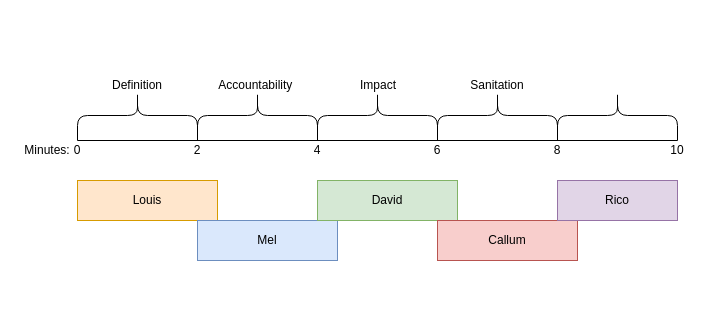
This is Timeline.drawio from CallumGilly/drawioFiles, a draw.io file, before an edit. Source tidied: cells renumbered, new cells numbered last; positions are measured from the earlier drawing's top-left corner, leaving out a move shared by most shapes. Both pictures are drawn from the tidied source at 100%, with x=0, y=0 at pixel (17, 70).
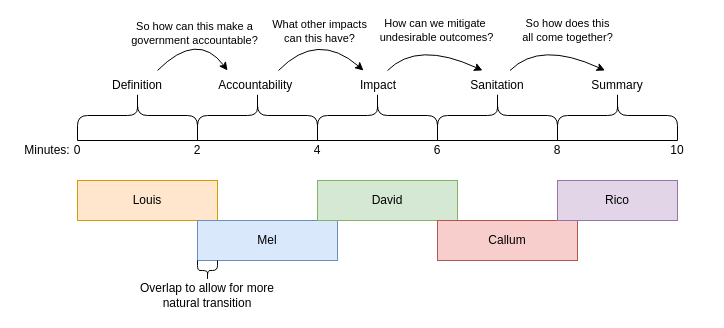
After the change.

Unchanged cells that the change refers to:
```xml
<mxCell id="4" value="Definition" style="text;html=1;strokeColor=none;fillColor=none;align=center;verticalAlign=middle;whiteSpace=wrap;rounded=0;" parent="1" vertex="1">
  <mxGeometry x="90" width="60" height="30" as="geometry" />
</mxCell>
<mxCell id="16" value="Accountability&amp;nbsp;" style="text;html=1;strokeColor=none;fillColor=none;align=center;verticalAlign=middle;whiteSpace=wrap;rounded=0;" parent="1" vertex="1">
  <mxGeometry x="195" width="90" height="30" as="geometry" />
</mxCell>
<mxCell id="20" value="Impact" style="text;html=1;strokeColor=none;fillColor=none;align=center;verticalAlign=middle;whiteSpace=wrap;rounded=0;" parent="1" vertex="1">
  <mxGeometry x="331" width="60" height="30" as="geometry" />
</mxCell>
<mxCell id="22" value="Sanitation" style="text;html=1;strokeColor=none;fillColor=none;align=center;verticalAlign=middle;whiteSpace=wrap;rounded=0;" parent="1" vertex="1">
  <mxGeometry x="450" width="60" height="30" as="geometry" />
</mxCell>
```

Diff of the diagram source:
```diff
@@
+    <mxCell id="24" value="Summary" style="text;html=1;strokeColor=none;fillColor=none;align=center;verticalAlign=middle;whiteSpace=wrap;rounded=0;" parent="1" vertex="1">
+      <mxGeometry x="570" y="5" width="60" height="20" as="geometry" />
+    </mxCell>
+    <mxCell id="25" value="So how can this make a &lt;br&gt;government accountable?" style="endArrow=classic;html=1;entryX=0.167;entryY=0;entryDx=0;entryDy=0;entryPerimeter=0;exitX=0.833;exitY=0;exitDx=0;exitDy=0;exitPerimeter=0;curved=1;" parent="1" edge="1" source="4" target="16">
+      <mxGeometry relative="1" as="geometry">
+        <Array as="points">
+          <mxPoint x="180" y="-40" />
+        </Array>
+      </mxGeometry>
+    </mxCell>
+    <mxCell id="26" value="What other impacts &lt;br&gt;can this have?" style="endArrow=classic;html=1;entryX=0.25;entryY=0;entryDx=0;entryDy=0;exitX=0.833;exitY=0;exitDx=0;exitDy=0;exitPerimeter=0;curved=1;" parent="1" edge="1" target="20">
+      <mxGeometry relative="1" as="geometry">
+        <mxPoint x="261" as="sourcePoint" />
+        <Array as="points">
+          <mxPoint x="300" y="-40" />
+        </Array>
+      </mxGeometry>
+    </mxCell>
+    <mxCell id="27" value="How can we mitigate&amp;nbsp;&lt;br&gt;undesirable outcomes?" style="endArrow=classic;html=1;entryX=0.25;entryY=0;entryDx=0;entryDy=0;exitX=0.833;exitY=0;exitDx=0;exitDy=0;exitPerimeter=0;curved=1;" parent="1" edge="1" target="22">
+      <mxGeometry x="-0.01" y="17" relative="1" as="geometry">
+        <mxPoint x="370" as="sourcePoint" />
+        <Array as="points">
+          <mxPoint x="400" y="-30" />
+        </Array>
+      </mxGeometry>
+    </mxCell>
+    <mxCell id="28" value="So how does this &lt;br&gt;all come together?" style="endArrow=classic;html=1;entryX=0.25;entryY=0;entryDx=0;entryDy=0;exitX=0.833;exitY=0;exitDx=0;exitDy=0;exitPerimeter=0;curved=1;" parent="1" edge="1">
+      <mxGeometry x="0.11" y="21" relative="1" as="geometry">
+        <mxPoint x="492.5" as="sourcePoint" />
+        <mxPoint x="587.5" as="targetPoint" />
+        <Array as="points">
+          <mxPoint x="522.5" y="-30" />
+        </Array>
+      </mxGeometry>
+    </mxCell>
+    <mxCell id="29" style="shape=curlyBracket;whiteSpace=wrap;html=1;rounded=1;flipH=1;size=0.5;direction=north;" parent="1" vertex="1">
+      <mxGeometry x="180" y="190" width="20" height="20" as="geometry" />
+    </mxCell>
+    <mxCell id="30" value="Overlap to allow for more natural transition" style="text;html=1;strokeColor=none;fillColor=none;align=center;verticalAlign=middle;whiteSpace=wrap;rounded=0;" parent="1" vertex="1">
+      <mxGeometry x="120" y="210" width="140" height="30" as="geometry" />
+    </mxCell>
```
